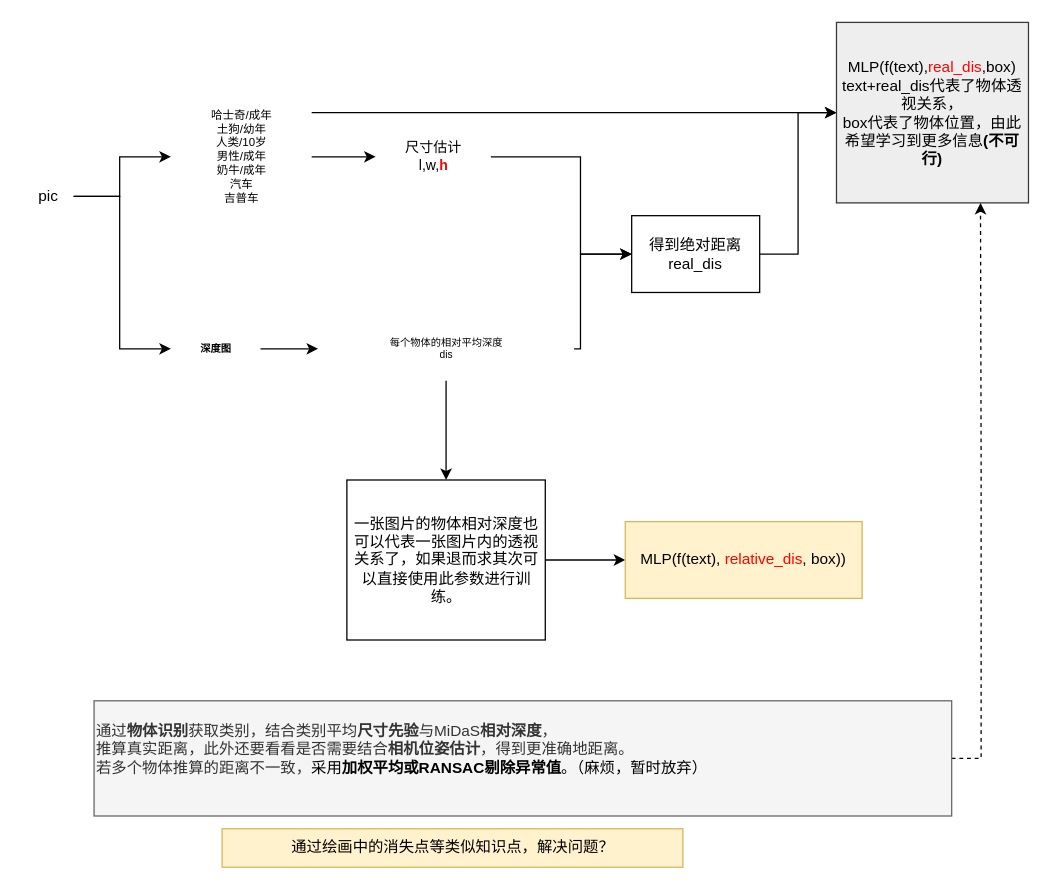
baizhu0414/Diagrams keeps this draw.io diagram as DigitalImageProcessing/gligen-透视关系问题分析.drawio. Above is the earlier version. Source tidied: cells renumbered, new cells numbered last; positions are measured from the earlier drawing's top-left corner, leaving out a move shared by most shapes. Both pictures are drawn from the tidied source at 128%, with x=0, y=0 at pixel (22, 22).
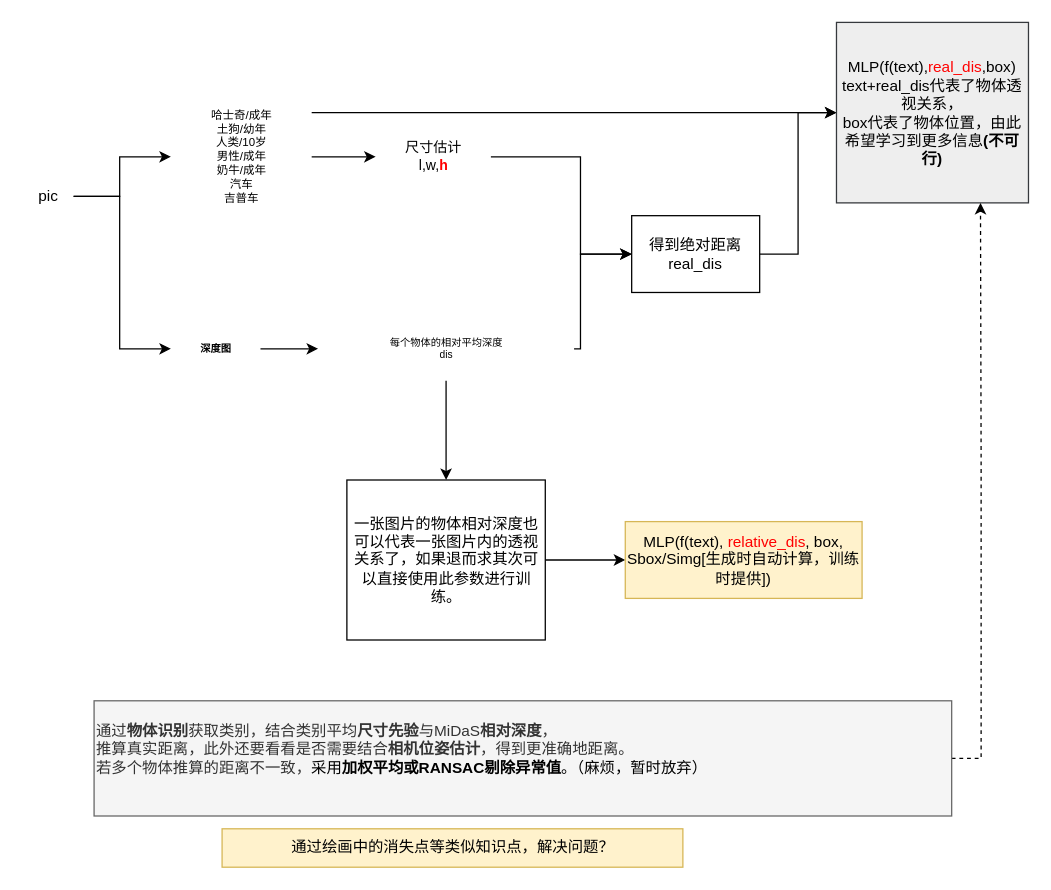
The same diagram, later.

Commit message:
更新gligen-透视关系问题分析.drawio

Diff of the diagram source:
```diff
@@
-    <mxCell id="20" value="MLP(f(text), &lt;font style=&quot;color: rgb(255, 0, 0);&quot;&gt;relative_dis&lt;/font&gt;, box))" style="whiteSpace=wrap;html=1;fillColor=#fff2cc;strokeColor=#d6b656;" parent="1" vertex="1">
+    <mxCell id="20" value="MLP(f(text), &lt;font style=&quot;color: rgb(255, 0, 0);&quot;&gt;relative_dis&lt;/font&gt;, box, Sbox/Simg[生成时自动计算，训练时提供])" style="whiteSpace=wrap;html=1;fillColor=#fff2cc;strokeColor=#d6b656;" parent="1" vertex="1">
       <mxGeometry x="471" y="390" width="185" height="60" as="geometry" />
     </mxCell>
```
